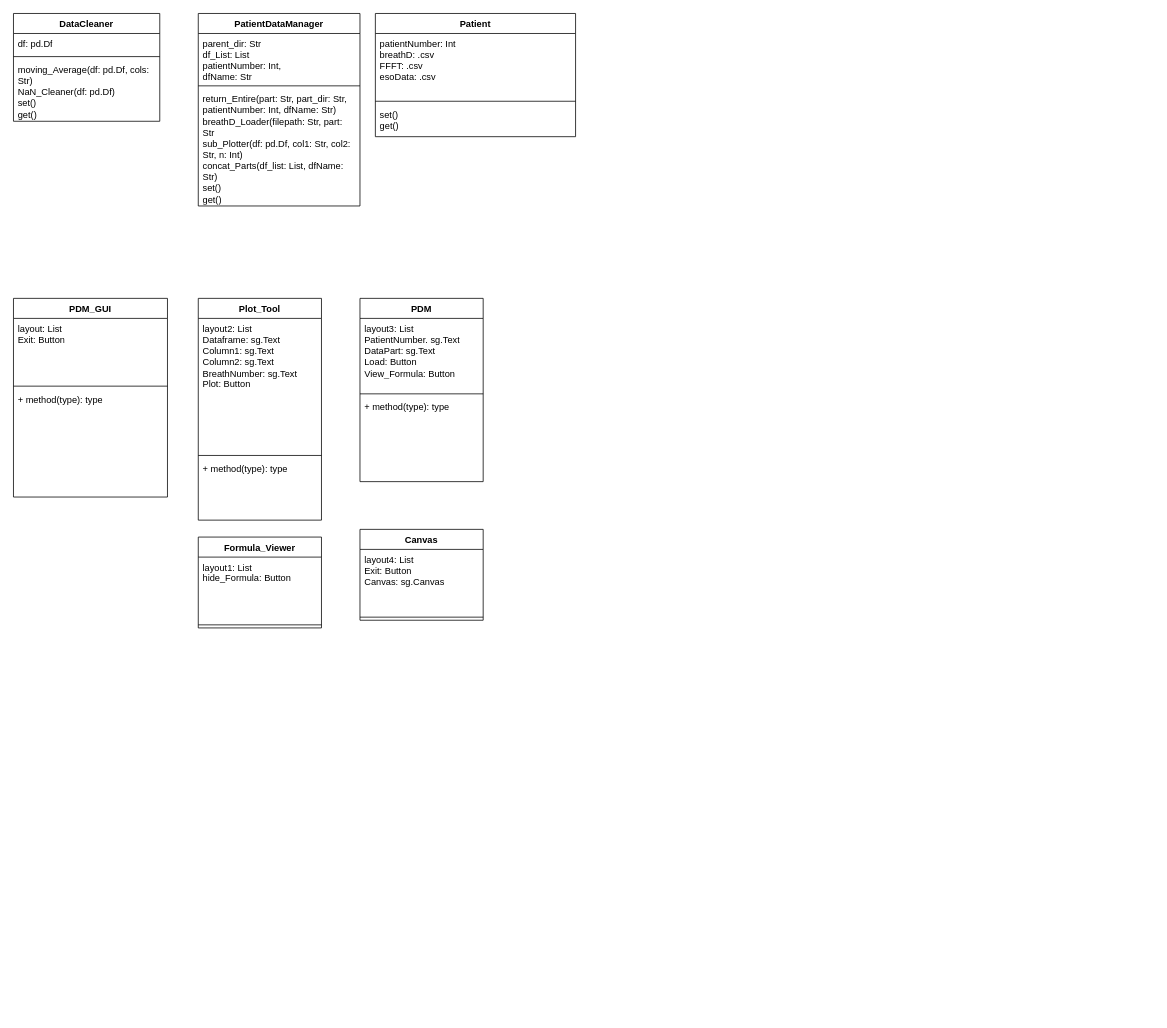
The draw.io diagram Figures/PDM_Analysis_Class.drawio in lleuch18/P9, before the edit. Source tidied: cells renumbered, new cells numbered last; positions are measured from the earlier drawing's top-left corner, leaving out a move shared by most shapes. Both pictures are drawn from the tidied source at 77%, with x=0, y=0 at pixel (13, 13).
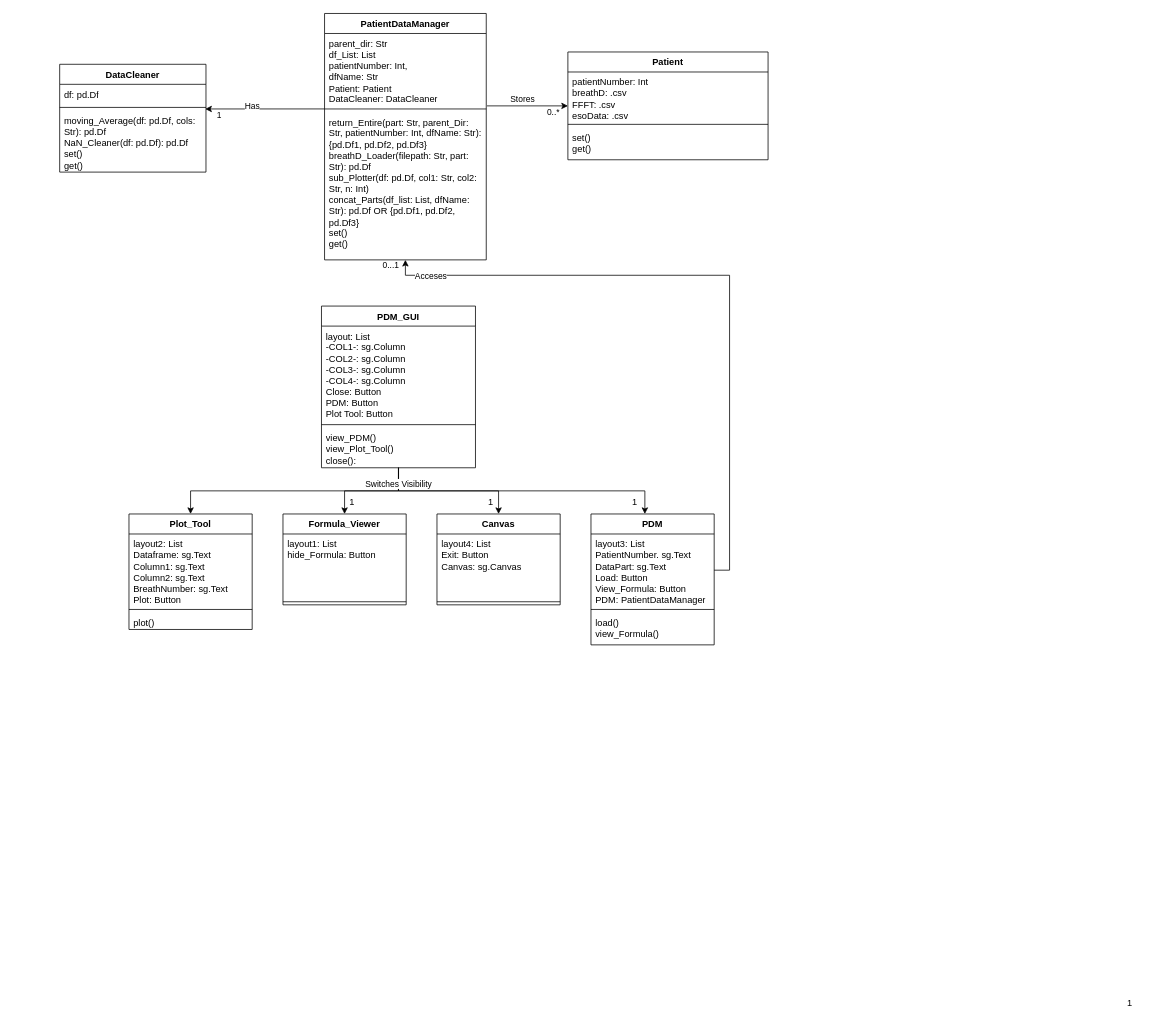
The same page after the edit.

What changed in the source:
```diff
@@
+    <mxCell id="32" value="0...1" style="edgeStyle=orthogonalEdgeStyle;rounded=0;jettySize=auto;html=1;entryX=1;entryY=0.5;entryDx=0;entryDy=0;endArrow=none;endFill=0;startArrow=classic;startFill=1;" parent="1" edge="1" source="2" target="26">
+      <mxGeometry x="-0.98" y="-19" relative="1" as="geometry">
+        <Array as="points">
+          <mxPoint x="509" y="340" />
+          <mxPoint x="930" y="340" />
+          <mxPoint x="930" y="723" />
+        </Array>
+        <mxPoint y="-1" as="offset" />
+      </mxGeometry>
+    </mxCell>
+    <mxCell id="33" value="Acceses" style="edgeLabel;html=1;align=center;verticalAlign=middle;" parent="32" vertex="1">
+      <mxGeometry x="-0.71" y="4" relative="1" as="geometry">
+        <mxPoint x="-70" y="4" as="offset" />
+      </mxGeometry>
+    </mxCell>
     <mxCell id="2" value="PatientDataManager" style="swimlane;fontStyle=1;align=center;verticalAlign=top;horizontal=1;startSize=26;whiteSpace=wrap;html=1;" parent="1" vertex="1">
-      <mxGeometry x="240" width="210" height="250" as="geometry" />
+      <mxGeometry x="404" width="210" height="320" as="geometry" />
     </mxCell>
-    <mxCell id="3" value="parent_dir: Str&lt;br&gt;df_List: List&lt;br&gt;patientNumber: Int,&lt;br&gt;dfName: Str" style="text;strokeColor=none;fillColor=none;align=left;verticalAlign=top;spacingLeft=4;spacingRight=4;overflow=hidden;whiteSpace=wrap;html=1;" parent="2" vertex="1">
-      <mxGeometry y="26" width="210" height="64" as="geometry" />
+    <mxCell id="3" value="parent_dir: Str&lt;br&gt;df_List: List&lt;br&gt;patientNumber: Int,&lt;br&gt;dfName: Str&lt;br&gt;Patient: Patient&lt;br&gt;DataCleaner: DataCleaner" style="text;strokeColor=none;fillColor=none;align=left;verticalAlign=top;spacingLeft=4;spacingRight=4;overflow=hidden;whiteSpace=wrap;html=1;" parent="2" vertex="1">
+      <mxGeometry y="26" width="210" height="94" as="geometry" />
     </mxCell>
     <mxCell id="4" style="line;strokeWidth=1;fillColor=none;align=left;verticalAlign=middle;spacingTop=-1;spacingLeft=3;spacingRight=3;labelPosition=right;strokeColor=inherit;" parent="2" vertex="1">
-      <mxGeometry y="90" width="210" height="8" as="geometry" />
+      <mxGeometry y="120" width="210" height="8" as="geometry" />
     </mxCell>
-    <mxCell id="5" value="return_Entire(part: Str, part_dir: Str, patientNumber: Int, dfName: Str)&lt;br&gt;breathD_Loader(filepath: Str, part: Str&lt;br&gt;sub_Plotter(df: pd.Df, col1: Str, col2: Str, n: Int)&lt;br&gt;concat_Parts(df_list: List, dfName: Str)&lt;br&gt;set()&lt;br&gt;get()" style="text;strokeColor=none;fillColor=none;align=left;verticalAlign=top;spacingLeft=4;spacingRight=4;overflow=hidden;points=[[0,0.5],[1,0.5]];portConstraint=eastwest;whiteSpace=wrap;html=1;" parent="2" vertex="1">
-      <mxGeometry y="98" width="210" height="152" as="geometry" />
+    <mxCell id="5" value="return_Entire(part: Str, parent_Dir: Str, patientNumber: Int, dfName: Str):&lt;br&gt;{pd.Df1, pd.Df2, pd.Df3}&lt;br&gt;breathD_Loader(filepath: Str, part: Str): pd.Df&lt;br&gt;sub_Plotter(df: pd.Df, col1: Str, col2: Str, n: Int)&lt;br&gt;concat_Parts(df_list: List, dfName: Str): pd.Df OR {pd.Df1, pd.Df2, pd.Df3}&lt;br&gt;set()&lt;br&gt;get()" style="text;strokeColor=none;fillColor=none;align=left;verticalAlign=top;spacingLeft=4;spacingRight=4;overflow=hidden;points=[[0,0.5],[1,0.5]];portConstraint=eastwest;whiteSpace=wrap;html=1;" parent="2" vertex="1">
+      <mxGeometry y="128" width="210" height="192" as="geometry" />
     </mxCell>
     <mxCell id="6" value="Patient" style="swimlane;fontStyle=1;align=center;verticalAlign=top;horizontal=1;startSize=26;whiteSpace=wrap;html=1;" parent="1" vertex="1">
-      <mxGeometry x="470" width="260" height="160" as="geometry" />
+      <mxGeometry x="720" y="50" width="260" height="140" as="geometry" />
     </mxCell>
     <mxCell id="7" value="patientNumber: Int&lt;br&gt;breathD: .csv&lt;br&gt;FFFT: .csv&lt;br&gt;esoData: .csv" style="text;strokeColor=none;fillColor=none;align=left;verticalAlign=top;spacingLeft=4;spacingRight=4;overflow=hidden;whiteSpace=wrap;html=1;" parent="6" vertex="1">
-      <mxGeometry y="26" width="260" height="84" as="geometry" />
+      <mxGeometry y="26" width="260" height="64" as="geometry" />
     </mxCell>
     <mxCell id="8" style="line;strokeWidth=1;fillColor=none;align=left;verticalAlign=middle;spacingTop=-1;spacingLeft=3;spacingRight=3;labelPosition=right;strokeColor=inherit;" parent="6" vertex="1">
-      <mxGeometry y="110" width="260" height="8" as="geometry" />
+      <mxGeometry y="90" width="260" height="8" as="geometry" />
     </mxCell>
     <mxCell id="9" value="set()&lt;br&gt;get()" style="text;strokeColor=none;fillColor=none;align=left;verticalAlign=top;spacingLeft=4;spacingRight=4;overflow=hidden;whiteSpace=wrap;html=1;" parent="6" vertex="1">
-      <mxGeometry y="118" width="260" height="42" as="geometry" />
+      <mxGeometry y="98" width="260" height="42" as="geometry" />
     </mxCell>
     <mxCell id="10" value="DataCleaner" style="swimlane;fontStyle=1;align=center;verticalAlign=top;horizontal=1;startSize=26;whiteSpace=wrap;html=1;" parent="1" vertex="1">
-      <mxGeometry width="190" height="140" as="geometry" />
+      <mxGeometry x="60" y="66" width="190" height="140" as="geometry" />
     </mxCell>
@@
-    <mxCell id="13" value="moving_Average(df: pd.Df, cols: Str)&lt;br&gt;NaN_Cleaner(df: pd.Df)&lt;br&gt;set()&lt;br&gt;get()" style="text;strokeColor=none;fillColor=none;align=left;verticalAlign=top;spacingLeft=4;spacingRight=4;overflow=hidden;points=[[0,0.5],[1,0.5]];portConstraint=eastwest;whiteSpace=wrap;html=1;" parent="10" vertex="1">
+    <mxCell id="13" value="moving_Average(df: pd.Df, cols: Str): pd.Df&lt;br&gt;NaN_Cleaner(df: pd.Df): pd.Df&lt;br&gt;set()&lt;br&gt;get()" style="text;strokeColor=none;fillColor=none;align=left;verticalAlign=top;spacingLeft=4;spacingRight=4;overflow=hidden;points=[[0,0.5],[1,0.5]];portConstraint=eastwest;whiteSpace=wrap;html=1;" parent="10" vertex="1">
       <mxGeometry y="60" width="190" height="80" as="geometry" />
     </mxCell>
+    <mxCell id="34" style="edgeStyle=orthogonalEdgeStyle;rounded=0;jettySize=auto;html=1;entryX=0.5;entryY=0;entryDx=0;entryDy=0;" parent="1" edge="1" source="14" target="18">
+      <mxGeometry relative="1" as="geometry">
+        <Array as="points">
+          <mxPoint x="500" y="620" />
+          <mxPoint x="230" y="620" />
+        </Array>
+      </mxGeometry>
+    </mxCell>
+    <mxCell id="35" style="edgeStyle=orthogonalEdgeStyle;rounded=0;jettySize=auto;html=1;" parent="1" edge="1" source="14" target="22">
+      <mxGeometry relative="1" as="geometry">
+        <Array as="points">
+          <mxPoint x="500" y="620" />
+          <mxPoint x="430" y="620" />
+        </Array>
+      </mxGeometry>
+    </mxCell>
+    <mxCell id="36" style="edgeStyle=orthogonalEdgeStyle;rounded=0;jettySize=auto;html=1;" parent="1" edge="1" source="14" target="29">
+      <mxGeometry relative="1" as="geometry">
+        <Array as="points">
+          <mxPoint x="500" y="620" />
+          <mxPoint x="630" y="620" />
+        </Array>
+      </mxGeometry>
+    </mxCell>
+    <mxCell id="37" value="Switches Visibility" style="edgeStyle=orthogonalEdgeStyle;rounded=0;orthogonalLoop=1;jettySize=auto;html=1;entryX=0.5;entryY=0;entryDx=0;entryDy=0;" parent="1" edge="1">
+      <mxGeometry x="-0.89" relative="1" as="geometry">
+        <mxPoint x="500.1" y="590" as="sourcePoint" />
+        <mxPoint x="820" y="650" as="targetPoint" />
+        <Array as="points">
+          <mxPoint x="500" y="620" />
+          <mxPoint x="820" y="620" />
+        </Array>
+      </mxGeometry>
+    </mxCell>
     <mxCell id="14" value="PDM_GUI" style="swimlane;fontStyle=1;align=center;verticalAlign=top;horizontal=1;startSize=26;whiteSpace=wrap;html=1;" parent="1" vertex="1">
-      <mxGeometry y="370" width="200" height="258" as="geometry" />
+      <mxGeometry x="400" y="380" width="200" height="210" as="geometry" />
     </mxCell>
-    <mxCell id="15" value="layout: List&lt;br&gt;Exit: Button" style="text;strokeColor=none;fillColor=none;align=left;verticalAlign=top;spacingLeft=4;spacingRight=4;overflow=hidden;whiteSpace=wrap;html=1;" parent="14" vertex="1">
-      <mxGeometry y="26" width="200" height="84" as="geometry" />
+    <mxCell id="15" value="layout: List&lt;br&gt;-COL1-: sg.Column&lt;br&gt;-COL2-: sg.Column&lt;br&gt;-COL3-: sg.Column&lt;br&gt;-COL4-: sg.Column&lt;br&gt;Close: Button&lt;br&gt;PDM: Button&lt;br&gt;Plot Tool: Button&lt;br&gt;" style="text;strokeColor=none;fillColor=none;align=left;verticalAlign=top;spacingLeft=4;spacingRight=4;overflow=hidden;whiteSpace=wrap;html=1;" parent="14" vertex="1">
+      <mxGeometry y="26" width="200" height="124" as="geometry" />
     </mxCell>
     <mxCell id="16" style="line;strokeWidth=1;fillColor=none;align=left;verticalAlign=middle;spacingTop=-1;spacingLeft=3;spacingRight=3;labelPosition=right;strokeColor=inherit;" parent="14" vertex="1">
-      <mxGeometry y="110" width="200" height="8" as="geometry" />
+      <mxGeometry y="150" width="200" height="8" as="geometry" />
     </mxCell>
-    <mxCell id="17" value="+ method(type): type" style="text;strokeColor=none;fillColor=none;align=left;verticalAlign=top;spacingLeft=4;spacingRight=4;overflow=hidden;whiteSpace=wrap;html=1;" parent="14" vertex="1">
-      <mxGeometry y="118" width="200" height="140" as="geometry" />
+    <mxCell id="17" value="view_PDM()&lt;br&gt;view_Plot_Tool()&lt;br&gt;close():" style="text;strokeColor=none;fillColor=none;align=left;verticalAlign=top;spacingLeft=4;spacingRight=4;overflow=hidden;whiteSpace=wrap;html=1;" parent="14" vertex="1">
+      <mxGeometry y="158" width="200" height="52" as="geometry" />
     </mxCell>
     <mxCell id="18" value="Plot_Tool" style="swimlane;fontStyle=1;align=center;verticalAlign=top;horizontal=1;startSize=26;whiteSpace=wrap;html=1;" parent="1" vertex="1">
-      <mxGeometry x="240" y="370" width="160" height="288" as="geometry" />
+      <mxGeometry x="150" y="650" width="160" height="150" as="geometry" />
     </mxCell>
     <mxCell id="19" value="layout2: List&lt;br&gt;Dataframe: sg.Text&lt;br&gt;Column1: sg.Text&lt;br&gt;Column2: sg.Text&lt;br&gt;BreathNumber: sg.Text&lt;br&gt;Plot: Button" style="text;strokeColor=none;fillColor=none;align=left;verticalAlign=top;spacingLeft=4;spacingRight=4;overflow=hidden;whiteSpace=wrap;html=1;" parent="18" vertex="1">
-      <mxGeometry y="26" width="160" height="174" as="geometry" />
+      <mxGeometry y="26" width="160" height="94" as="geometry" />
     </mxCell>
     <mxCell id="20" style="line;strokeWidth=1;fillColor=none;align=left;verticalAlign=middle;spacingTop=-1;spacingLeft=3;spacingRight=3;labelPosition=right;strokeColor=inherit;" parent="18" vertex="1">
-      <mxGeometry y="200" width="160" height="8" as="geometry" />
+      <mxGeometry y="120" width="160" height="8" as="geometry" />
     </mxCell>
-    <mxCell id="21" value="+ method(type): type" style="text;strokeColor=none;fillColor=none;align=left;verticalAlign=top;spacingLeft=4;spacingRight=4;overflow=hidden;whiteSpace=wrap;html=1;" parent="18" vertex="1">
-      <mxGeometry y="208" width="160" height="80" as="geometry" />
+    <mxCell id="21" value="plot()" style="text;strokeColor=none;fillColor=none;align=left;verticalAlign=top;spacingLeft=4;spacingRight=4;overflow=hidden;whiteSpace=wrap;html=1;" parent="18" vertex="1">
+      <mxGeometry y="128" width="160" height="22" as="geometry" />
     </mxCell>
     <mxCell id="22" value="Formula_Viewer" style="swimlane;fontStyle=1;align=center;verticalAlign=top;horizontal=1;startSize=26;whiteSpace=wrap;html=1;" parent="1" vertex="1">
-      <mxGeometry x="240" y="680" width="160" height="118" as="geometry" />
+      <mxGeometry x="350" y="650" width="160" height="118" as="geometry" />
     </mxCell>
@@
     <mxCell id="25" value="PDM" style="swimlane;fontStyle=1;align=center;verticalAlign=top;horizontal=1;startSize=26;whiteSpace=wrap;html=1;" parent="1" vertex="1">
-      <mxGeometry x="450" y="370" width="160" height="238" as="geometry" />
+      <mxGeometry x="750" y="650" width="160" height="170" as="geometry" />
     </mxCell>
-    <mxCell id="26" value="layout3: List&lt;br&gt;PatientNumber. sg.Text&lt;br&gt;DataPart: sg.Text&lt;br&gt;Load: Button&lt;br&gt;View_Formula: Button" style="text;strokeColor=none;fillColor=none;align=left;verticalAlign=top;spacingLeft=4;spacingRight=4;overflow=hidden;points=[[0,0.5],[1,0.5]];portConstraint=eastwest;whiteSpace=wrap;html=1;" parent="25" vertex="1">
+    <mxCell id="26" value="layout3: List&lt;br&gt;PatientNumber. sg.Text&lt;br&gt;DataPart: sg.Text&lt;br&gt;Load: Button&lt;br&gt;View_Formula: Button&lt;br&gt;PDM: PatientDataManager" style="text;strokeColor=none;fillColor=none;align=left;verticalAlign=top;spacingLeft=4;spacingRight=4;overflow=hidden;points=[[0,0.5],[1,0.5]];portConstraint=eastwest;whiteSpace=wrap;html=1;" parent="25" vertex="1">
       <mxGeometry y="26" width="160" height="94" as="geometry" />
     </mxCell>
@@
-    <mxCell id="28" value="+ method(type): type" style="text;strokeColor=none;fillColor=none;align=left;verticalAlign=top;spacingLeft=4;spacingRight=4;overflow=hidden;whiteSpace=wrap;html=1;" parent="25" vertex="1">
-      <mxGeometry y="128" width="160" height="110" as="geometry" />
+    <mxCell id="28" value="load()&lt;br&gt;view_Formula()&lt;br&gt;" style="text;strokeColor=none;fillColor=none;align=left;verticalAlign=top;spacingLeft=4;spacingRight=4;overflow=hidden;whiteSpace=wrap;html=1;" parent="25" vertex="1">
+      <mxGeometry y="128" width="160" height="42" as="geometry" />
     </mxCell>
     <mxCell id="29" value="Canvas" style="swimlane;fontStyle=1;align=center;verticalAlign=top;horizontal=1;startSize=26;whiteSpace=wrap;html=1;" parent="1" vertex="1">
-      <mxGeometry x="450" y="670" width="160" height="118" as="geometry" />
+      <mxGeometry x="550" y="650" width="160" height="118" as="geometry" />
     </mxCell>
@@
+    <mxCell id="38" style="endArrow=classic;html=1;rounded=0;exitX=0.981;exitY=1;exitDx=0;exitDy=0;exitPerimeter=0;entryX=-0.019;entryY=1.048;entryDx=0;entryDy=0;entryPerimeter=0;" parent="1" edge="1">
+      <mxGeometry relative="1" as="geometry">
+        <mxPoint x="615" y="120" as="sourcePoint" />
+        <mxPoint x="720.1" y="120" as="targetPoint" />
+      </mxGeometry>
+    </mxCell>
+    <mxCell id="39" value="0..*" style="edgeLabel;html=1;align=center;verticalAlign=middle;" parent="38" vertex="1">
+      <mxGeometry x="0.22" relative="1" as="geometry">
+        <mxPoint x="21" y="7" as="offset" />
+      </mxGeometry>
+    </mxCell>
+    <mxCell id="40" value="Stores" style="edgeLabel;html=1;align=center;verticalAlign=middle;" parent="38" vertex="1">
+      <mxGeometry x="-0.3" y="2" relative="1" as="geometry">
+        <mxPoint x="8" y="-8" as="offset" />
+      </mxGeometry>
+    </mxCell>
+    <mxCell id="41" style="endArrow=classic;html=1;rounded=0;exitX=0;exitY=-0.021;exitDx=0;exitDy=0;exitPerimeter=0;entryX=0.995;entryY=-0.025;entryDx=0;entryDy=0;entryPerimeter=0;" parent="1" edge="1" source="5" target="13">
+      <mxGeometry relative="1" as="geometry" />
+    </mxCell>
+    <mxCell id="42" value="Has" style="edgeLabel;html=1;align=center;verticalAlign=middle;" parent="41" vertex="1">
+      <mxGeometry x="0.56" y="-3" relative="1" as="geometry">
+        <mxPoint x="27" as="offset" />
+      </mxGeometry>
+    </mxCell>
+    <mxCell id="43" value="1" style="edgeLabel;html=1;align=center;verticalAlign=middle;" parent="41" vertex="1">
+      <mxGeometry x="0.78" y="2" relative="1" as="geometry">
+        <mxPoint y="6" as="offset" />
+      </mxGeometry>
+    </mxCell>
+    <mxCell id="44" value="1" style="text;html=1;strokeColor=none;fillColor=none;align=center;verticalAlign=middle;whiteSpace=wrap;rounded=0;" parent="1" vertex="1">
+      <mxGeometry x="590" y="620" width="60" height="30" as="geometry" />
+    </mxCell>
+    <mxCell id="45" value="1" style="text;html=1;strokeColor=none;fillColor=none;align=center;verticalAlign=middle;whiteSpace=wrap;rounded=0;" parent="1" vertex="1">
+      <mxGeometry x="777" y="620" width="60" height="30" as="geometry" />
+    </mxCell>
+    <mxCell id="46" value="1" style="text;html=1;strokeColor=none;fillColor=none;align=center;verticalAlign=middle;whiteSpace=wrap;rounded=0;" parent="1" vertex="1">
+      <mxGeometry x="410" y="620" width="60" height="30" as="geometry" />
+    </mxCell>
+    <mxCell id="47" value="1" style="text;html=1;strokeColor=none;fillColor=none;align=center;verticalAlign=middle;whiteSpace=wrap;rounded=0;" parent="1" vertex="1">
+      <mxGeometry x="1420" y="1270" width="60" height="30" as="geometry" />
+    </mxCell>
```
